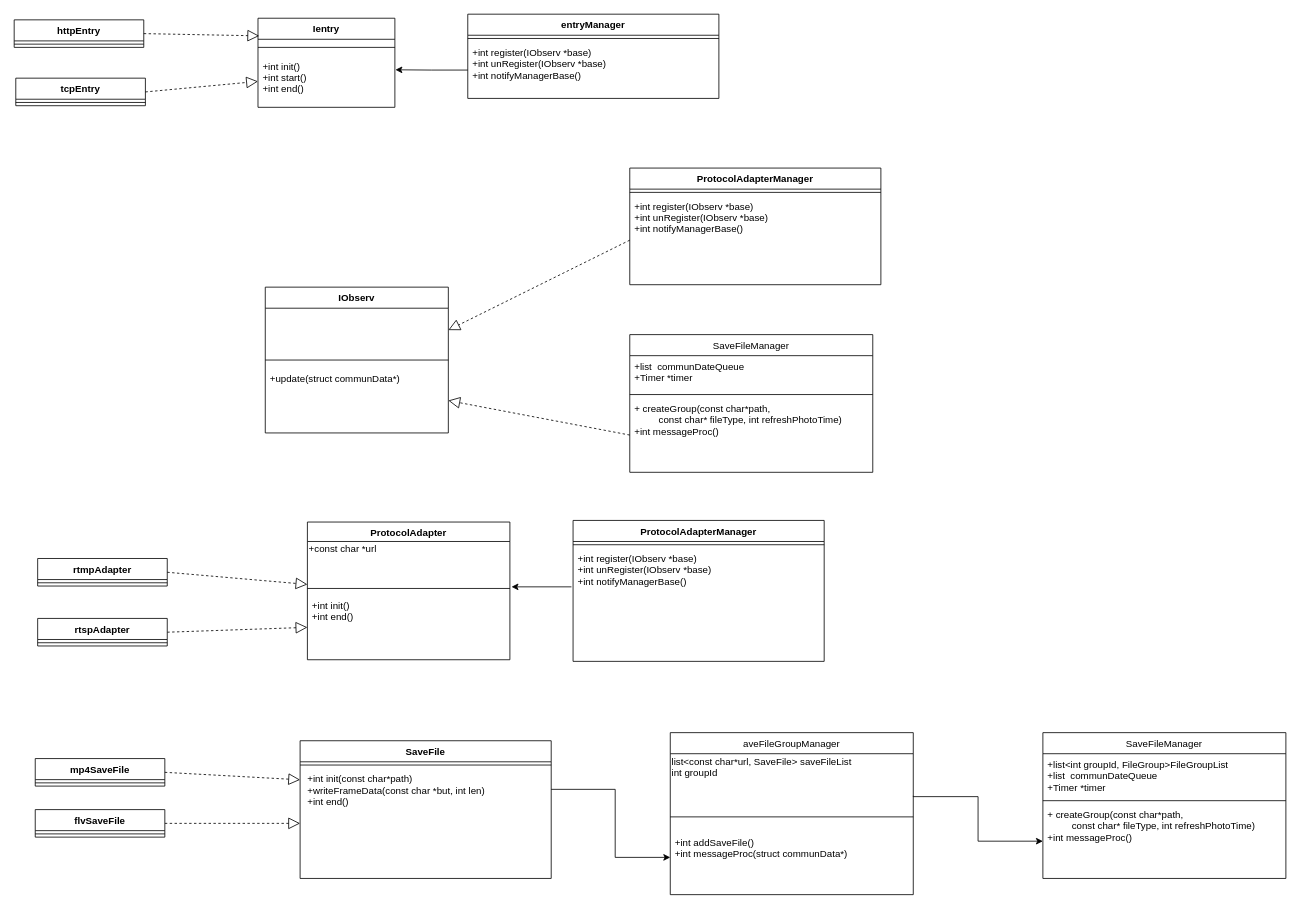
Above: 巡课uml.drawio in huangPeiLc/drawio (draw.io), before the change. Source tidied: cells renumbered, new cells numbered last; positions are measured from the earlier drawing's top-left corner, leaving out a move shared by most shapes. Both pictures are drawn from the tidied source at 81%, with x=0, y=0 at pixel (14, 14).
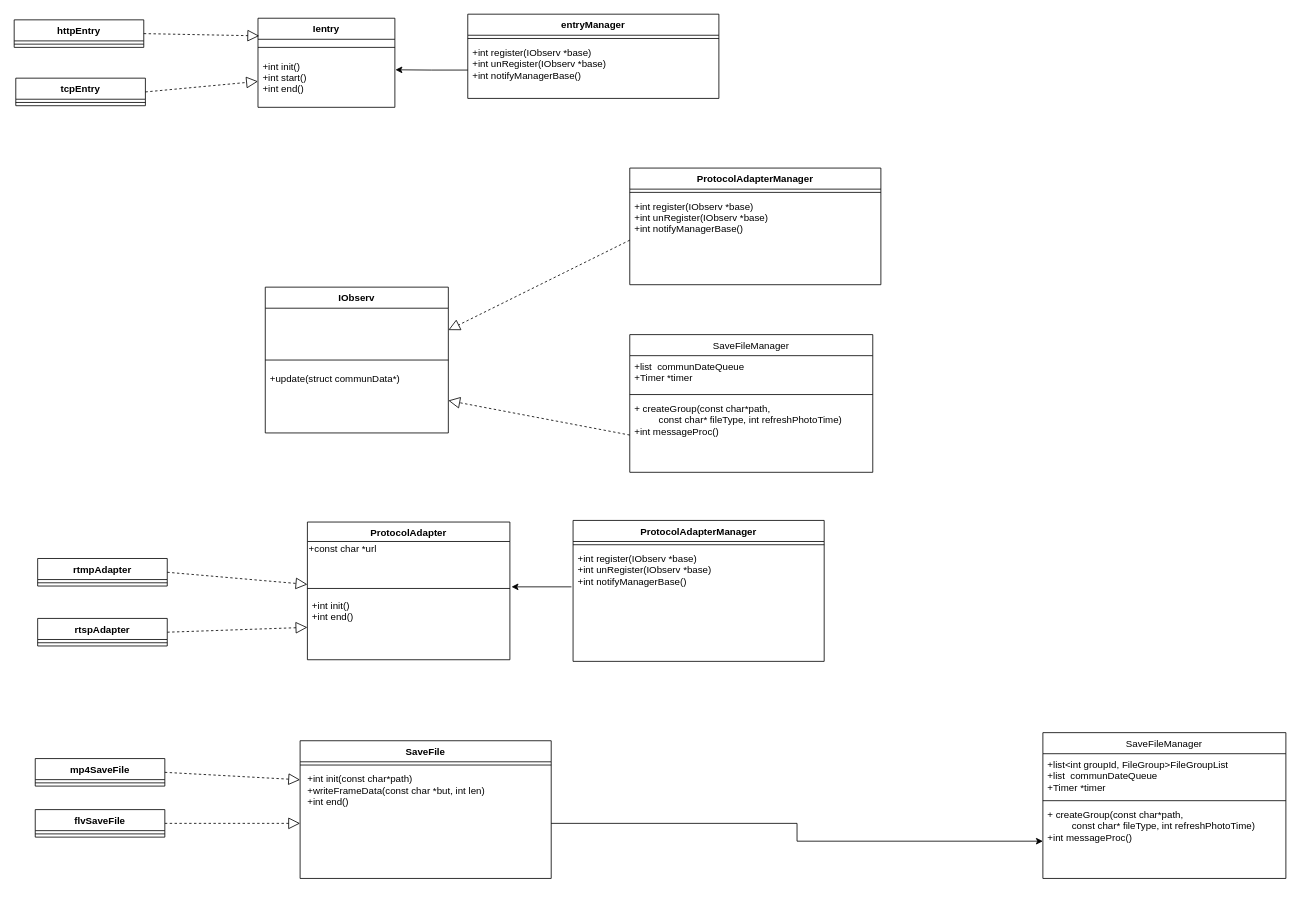
After the change.

The change refers to these unchanged cells:
```xml
<mxCell id="49" value=" +int init(const char*path) &#10; +writeFrameData(const char *but, int len)&#10; +int end()&#10;" style="text;strokeColor=none;fillColor=none;align=left;verticalAlign=top;spacingLeft=4;spacingRight=4;overflow=hidden;points=[[0,0.5],[1,0.5]];portConstraint=eastwest;" parent="47" vertex="1">
  <mxGeometry y="34" width="310" height="136" as="geometry" />
</mxCell>
<mxCell id="60" value="+ createGroup(const char*path, &#10;         const char* fileType, int refreshPhotoTime)&#10;+int messageProc()&#10;" style="text;strokeColor=none;fillColor=none;align=left;verticalAlign=top;spacingLeft=4;spacingRight=4;overflow=hidden;points=[[0,0.5],[1,0.5]];portConstraint=eastwest;" parent="57" vertex="1">
  <mxGeometry y="88" width="300" height="92" as="geometry" />
</mxCell>
```

The edit, as a diff of the source:
```diff
@@
-    <mxCell id="42" value="aveFileGroupManager&#10;" style="swimlane;fontStyle=0;align=center;verticalAlign=top;horizontal=1;startSize=26;" parent="1" vertex="1">
-      <mxGeometry x="810" y="887" width="300" height="200" as="geometry" />
-    </mxCell>
-    <mxCell id="43" value="&lt;span&gt;list&amp;lt;const char*url, SaveFile&amp;gt; saveFileList&lt;/span&gt;&lt;div&gt;int groupId&lt;/div&gt;" style="text;html=1;align=left;verticalAlign=top;spacingTop=-4;" parent="42" vertex="1">
-      <mxGeometry y="26" width="300" height="30" as="geometry" />
-    </mxCell>
-    <mxCell id="44" value="&#10;" style="text;strokeColor=none;fillColor=none;align=left;verticalAlign=top;spacingLeft=4;spacingRight=4;overflow=hidden;points=[[0,0.5],[1,0.5]];portConstraint=eastwest;" parent="42" vertex="1">
-      <mxGeometry y="56" width="300" height="44" as="geometry" />
-    </mxCell>
-    <mxCell id="45" style="line;strokeWidth=1;fillColor=none;align=left;verticalAlign=middle;spacingTop=-1;spacingLeft=3;spacingRight=3;labelPosition=right;" parent="42" vertex="1">
-      <mxGeometry y="100" width="300" height="8" as="geometry" />
-    </mxCell>
-    <mxCell id="46" value="&#10;+int addSaveFile()&#10;+int messageProc(struct communData*)" style="text;strokeColor=none;fillColor=none;align=left;verticalAlign=top;spacingLeft=4;spacingRight=4;overflow=hidden;points=[[0,0.5],[1,0.5]];portConstraint=eastwest;" parent="42" vertex="1">
-      <mxGeometry y="108" width="300" height="92" as="geometry" />
-    </mxCell>
@@
-    <mxCell id="50" style="edgeStyle=orthogonalEdgeStyle;rounded=0;jettySize=auto;html=1;entryX=0;entryY=0.5;entryDx=0;entryDy=0;" parent="1" edge="1" target="46">
-      <mxGeometry relative="1" as="geometry">
-        <mxPoint x="663" y="957" as="sourcePoint" />
-        <Array as="points">
-          <mxPoint x="742" y="957" />
-          <mxPoint x="742" y="1041" />
-        </Array>
-      </mxGeometry>
-    </mxCell>
@@
-    <mxCell id="61" style="edgeStyle=orthogonalEdgeStyle;rounded=0;jettySize=auto;html=1;exitX=1;exitY=0.5;exitDx=0;exitDy=0;entryX=0;entryY=0.5;entryDx=0;entryDy=0;" parent="1" edge="1" source="44" target="60">
-      <mxGeometry relative="1" as="geometry">
-        <Array as="points">
-          <mxPoint x="1190" y="966" />
-          <mxPoint x="1190" y="1021" />
-        </Array>
-      </mxGeometry>
-    </mxCell>
+    <mxCell id="62" style="edgeStyle=orthogonalEdgeStyle;rounded=0;jettySize=auto;html=1;exitX=1;exitY=0.5;exitDx=0;exitDy=0;entryX=0;entryY=0.5;entryDx=0;entryDy=0;" parent="1" edge="1" source="49" target="60">
+      <mxGeometry relative="1" as="geometry" />
+    </mxCell>
```
